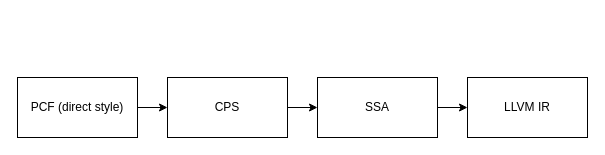
Above: compilation.drawio in ABigDoge/MyDiagrams (draw.io), before the change. Source tidied: cells renumbered, new cells numbered last; positions are measured from the earlier drawing's top-left corner, leaving out a move shared by most shapes. Both pictures are drawn from the tidied source at 100%, with x=0, y=0 at pixel (17, 77).
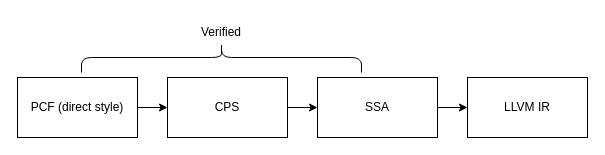
After the change.

The edit, as a diff of the source:
```diff
@@
 <mxGraphModel>
   <root>
     <mxCell id="0" />
     <mxCell id="1" parent="0" />
     <mxCell id="2" style="edgeStyle=orthogonalEdgeStyle;rounded=0;jettySize=auto;html=1;" parent="1" edge="1" source="3" target="5">
       <mxGeometry relative="1" as="geometry" />
     </mxCell>
     <mxCell id="3" value="PCF (direct style)" style="rounded=0;whiteSpace=wrap;html=1;" parent="1" vertex="1">
       <mxGeometry width="120" height="60" as="geometry" />
     </mxCell>
     <mxCell id="4" style="edgeStyle=orthogonalEdgeStyle;rounded=0;jettySize=auto;html=1;" parent="1" edge="1" source="5" target="7">
       <mxGeometry relative="1" as="geometry" />
     </mxCell>
     <mxCell id="5" value="CPS" style="rounded=0;whiteSpace=wrap;html=1;" parent="1" vertex="1">
       <mxGeometry x="150" width="120" height="60" as="geometry" />
     </mxCell>
     <mxCell id="6" style="edgeStyle=orthogonalEdgeStyle;rounded=0;jettySize=auto;html=1;" parent="1" edge="1" source="7" target="8">
       <mxGeometry relative="1" as="geometry" />
     </mxCell>
     <mxCell id="7" value="SSA" style="rounded=0;whiteSpace=wrap;html=1;" parent="1" vertex="1">
       <mxGeometry x="300" width="120" height="60" as="geometry" />
     </mxCell>
     <mxCell id="8" value="LLVM IR" style="rounded=0;whiteSpace=wrap;html=1;" parent="1" vertex="1">
       <mxGeometry x="450" width="120" height="60" as="geometry" />
     </mxCell>
+    <mxCell id="9" style="shape=curlyBracket;whiteSpace=wrap;html=1;rounded=1;rotation=90;" parent="1" vertex="1">
+      <mxGeometry x="189" y="-160" width="30" height="280" as="geometry" />
+    </mxCell>
+    <mxCell id="10" value="Verified" style="text;html=1;strokeColor=none;fillColor=none;align=center;verticalAlign=middle;whiteSpace=wrap;rounded=0;" parent="1" vertex="1">
+      <mxGeometry x="174" y="-60" width="60" height="30" as="geometry" />
+    </mxCell>
   </root>
 </mxGraphModel>
```
